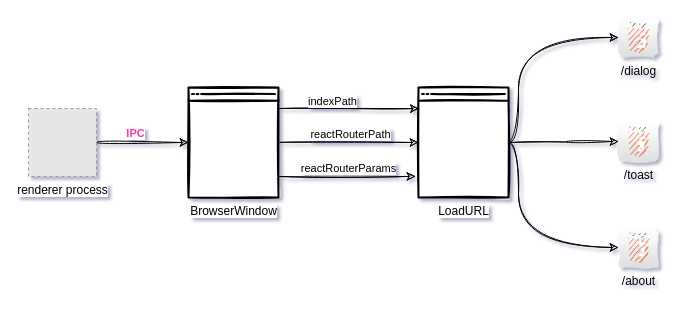
This is page "第 3 页" (3 of 4) of drawio/electron.drawio from zhixinpeng/storage, a draw.io file, before an edit. Source tidied: cells renumbered, new cells numbered last; positions are measured from the earlier drawing's top-left corner, leaving out a move shared by most shapes. Both pictures are drawn from the tidied source at 100%, with x=0, y=0 at pixel (28, 17). Pictures stored in the file or linked from it are replaced by grey dashed boxes.
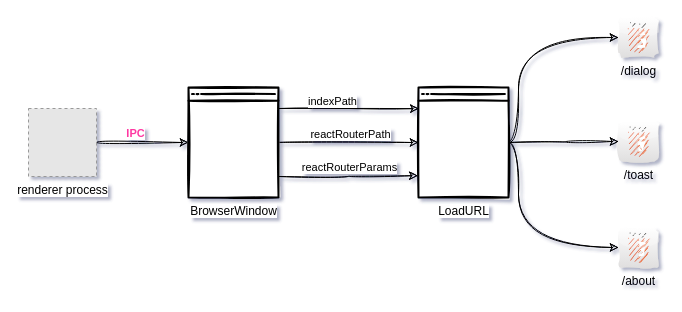
After the change.

Unchanged cells that the change refers to:
```xml
<mxCell id="14" value="LoadURL" style="html=1;verticalLabelPosition=bottom;align=center;labelBackgroundColor=#ffffff;verticalAlign=top;strokeWidth=2;strokeColor=#000000;shadow=0;dashed=0;shape=mxgraph.ios7.icons.window;sketch=1;rounded=1;" parent="1" vertex="1">
  <mxGeometry x="390" y="70" width="90" height="110" as="geometry" />
</mxCell>
```

The edit, as a diff of the source:
```diff
@@
-    <mxCell id="17" style="edgeStyle=orthogonalEdgeStyle;rounded=1;jettySize=auto;html=1;entryX=-0.035;entryY=0.808;entryDx=0;entryDy=0;entryPerimeter=0;curved=1;sketch=1;" parent="1" edge="1" target="14">
+    <mxCell id="17" style="edgeStyle=orthogonalEdgeStyle;rounded=1;jettySize=auto;html=1;entryX=-0.008;entryY=0.802;entryDx=0;entryDy=0;entryPerimeter=0;curved=1;sketch=1;" parent="1" edge="1" target="14">
       <mxGeometry relative="1" as="geometry">
         <mxPoint x="250" y="159" as="sourcePoint" />
       </mxGeometry>
     </mxCell>
```
